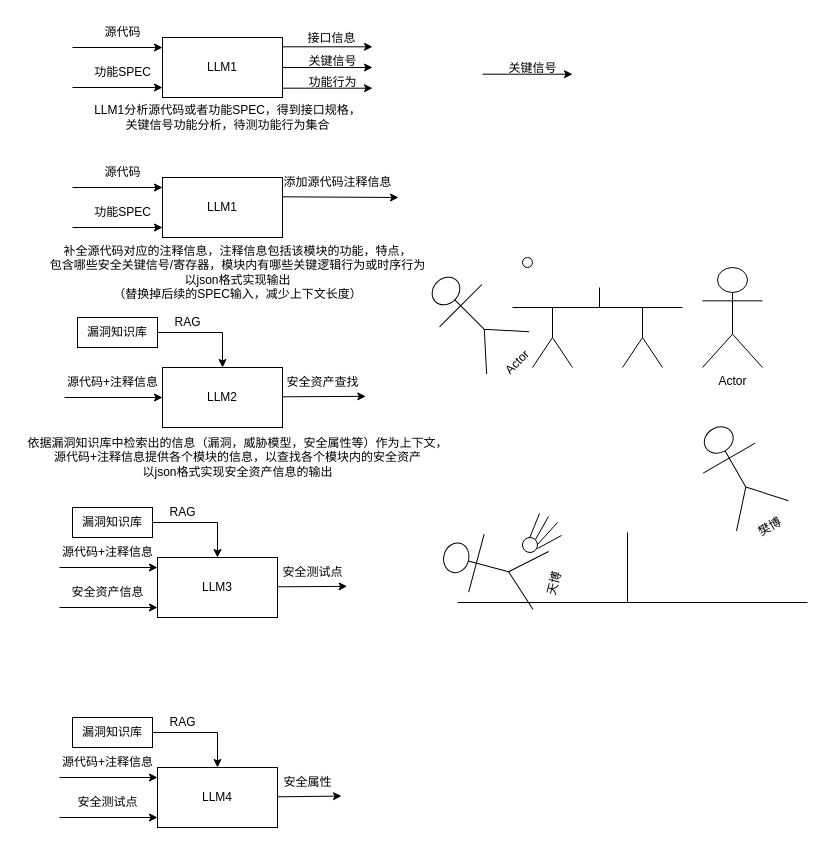
Earlier version of the draw.io diagram page "第 1 页" (1 of 6) of RAG.drawio (Fanzhenyu1/rag_sva). Source tidied: cells renumbered, new cells numbered last; positions are measured from the earlier drawing's top-left corner, leaving out a move shared by most shapes. Both pictures are drawn from the tidied source at 100%, with x=0, y=0 at pixel (17, 17).
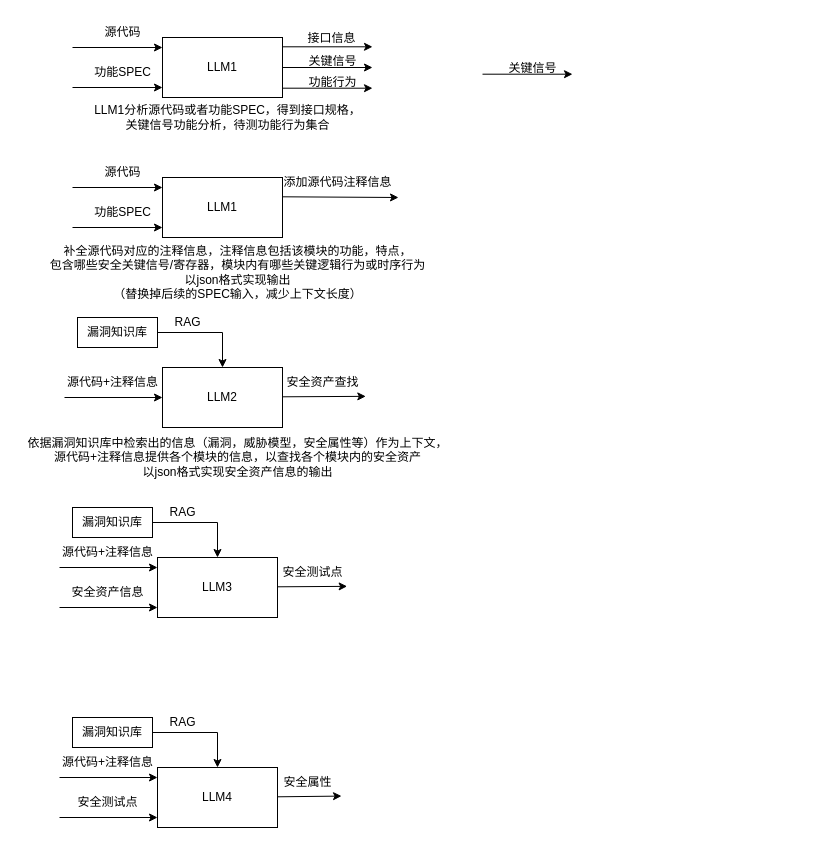
The same page after the edit.

What changed in the source:
```diff
@@
-    <mxCell id="53" style="endArrow=none;html=1;rounded=0;" parent="1" edge="1">
-      <mxGeometry relative="1" as="geometry">
-        <mxPoint x="495" y="290" as="sourcePoint" />
-        <mxPoint x="665" y="290" as="targetPoint" />
-      </mxGeometry>
-    </mxCell>
-    <mxCell id="54" style="endArrow=none;html=1;rounded=0;" parent="1" edge="1">
-      <mxGeometry relative="1" as="geometry">
-        <mxPoint x="535" y="320" as="sourcePoint" />
-        <mxPoint x="535" y="290" as="targetPoint" />
-      </mxGeometry>
-    </mxCell>
-    <mxCell id="55" style="endArrow=none;html=1;rounded=0;" parent="1" edge="1">
-      <mxGeometry relative="1" as="geometry">
-        <mxPoint x="515" y="350" as="sourcePoint" />
-        <mxPoint x="535" y="320" as="targetPoint" />
-      </mxGeometry>
-    </mxCell>
-    <mxCell id="56" style="endArrow=none;html=1;rounded=0;" parent="1" edge="1">
-      <mxGeometry relative="1" as="geometry">
-        <mxPoint x="555" y="350" as="sourcePoint" />
-        <mxPoint x="535" y="320" as="targetPoint" />
-      </mxGeometry>
-    </mxCell>
-    <mxCell id="57" style="endArrow=none;html=1;rounded=0;" parent="1" edge="1">
-      <mxGeometry relative="1" as="geometry">
-        <mxPoint x="625" y="320" as="sourcePoint" />
-        <mxPoint x="625" y="290" as="targetPoint" />
-      </mxGeometry>
-    </mxCell>
-    <mxCell id="58" style="endArrow=none;html=1;rounded=0;" parent="1" edge="1">
-      <mxGeometry relative="1" as="geometry">
-        <mxPoint x="605" y="350" as="sourcePoint" />
-        <mxPoint x="625" y="320" as="targetPoint" />
-      </mxGeometry>
-    </mxCell>
-    <mxCell id="59" style="endArrow=none;html=1;rounded=0;" parent="1" edge="1">
-      <mxGeometry relative="1" as="geometry">
-        <mxPoint x="645" y="350" as="sourcePoint" />
-        <mxPoint x="625" y="320" as="targetPoint" />
-      </mxGeometry>
-    </mxCell>
-    <mxCell id="60" style="endArrow=none;html=1;rounded=0;" parent="1" edge="1">
-      <mxGeometry relative="1" as="geometry">
-        <mxPoint x="582" y="290" as="sourcePoint" />
-        <mxPoint x="582" y="270" as="targetPoint" />
-      </mxGeometry>
-    </mxCell>
-    <mxCell id="61" value="Actor" style="shape=umlActor;verticalLabelPosition=bottom;verticalAlign=top;html=1;" parent="1" vertex="1">
-      <mxGeometry x="685" y="250" width="60" height="100" as="geometry" />
-    </mxCell>
-    <mxCell id="62" style="ellipse;whiteSpace=wrap;html=1;" parent="1" vertex="1">
-      <mxGeometry x="505" y="240" width="10" height="10" as="geometry" />
-    </mxCell>
-    <mxCell id="63" value="Actor" style="shape=umlActor;verticalLabelPosition=bottom;verticalAlign=top;html=1;rotation=-45;" parent="1" vertex="1">
-      <mxGeometry x="425" y="250" width="60" height="100" as="geometry" />
-    </mxCell>
-    <mxCell id="64" style="endArrow=none;html=1;rounded=0;" parent="1" edge="1">
-      <mxGeometry relative="1" as="geometry">
-        <mxPoint x="440" y="585" as="sourcePoint" />
-        <mxPoint x="790" y="585" as="targetPoint" />
-      </mxGeometry>
-    </mxCell>
-    <mxCell id="65" style="endArrow=none;html=1;rounded=0;" parent="1" edge="1">
-      <mxGeometry relative="1" as="geometry">
-        <mxPoint x="610" y="585" as="sourcePoint" />
-        <mxPoint x="610" y="515" as="targetPoint" />
-      </mxGeometry>
-    </mxCell>
-    <mxCell id="66" value="樊博" style="shape=umlActor;verticalLabelPosition=bottom;verticalAlign=top;html=1;rotation=-30;" parent="1" vertex="1">
-      <mxGeometry x="690" y="405" width="60" height="100" as="geometry" />
-    </mxCell>
-    <mxCell id="67" style="ellipse;whiteSpace=wrap;html=1;" parent="1" vertex="1">
-      <mxGeometry x="505" y="520" width="15" height="15" as="geometry" />
-    </mxCell>
-    <mxCell id="68" style="endArrow=none;html=1;rounded=0;" parent="1" edge="1">
-      <mxGeometry relative="1" as="geometry">
-        <mxPoint x="512.3" y="520" as="sourcePoint" />
-        <mxPoint x="522" y="496" as="targetPoint" />
-      </mxGeometry>
-    </mxCell>
-    <mxCell id="69" style="endArrow=none;html=1;rounded=0;" parent="1" edge="1">
-      <mxGeometry relative="1" as="geometry">
-        <mxPoint x="518" y="522" as="sourcePoint" />
-        <mxPoint x="531" y="499" as="targetPoint" />
-      </mxGeometry>
-    </mxCell>
-    <mxCell id="70" style="endArrow=none;html=1;rounded=0;" parent="1" edge="1">
-      <mxGeometry relative="1" as="geometry">
-        <mxPoint x="520" y="527" as="sourcePoint" />
-        <mxPoint x="540" y="505" as="targetPoint" />
-      </mxGeometry>
-    </mxCell>
-    <mxCell id="71" style="endArrow=none;html=1;rounded=0;" parent="1" edge="1">
-      <mxGeometry relative="1" as="geometry">
-        <mxPoint x="520" y="531" as="sourcePoint" />
-        <mxPoint x="544" y="518" as="targetPoint" />
-      </mxGeometry>
-    </mxCell>
-    <mxCell id="72" value="天博" style="shape=umlActor;verticalLabelPosition=bottom;verticalAlign=top;html=1;rotation=-75;" parent="1" vertex="1">
-      <mxGeometry x="445" y="500" width="60" height="100" as="geometry" />
-    </mxCell>
```
